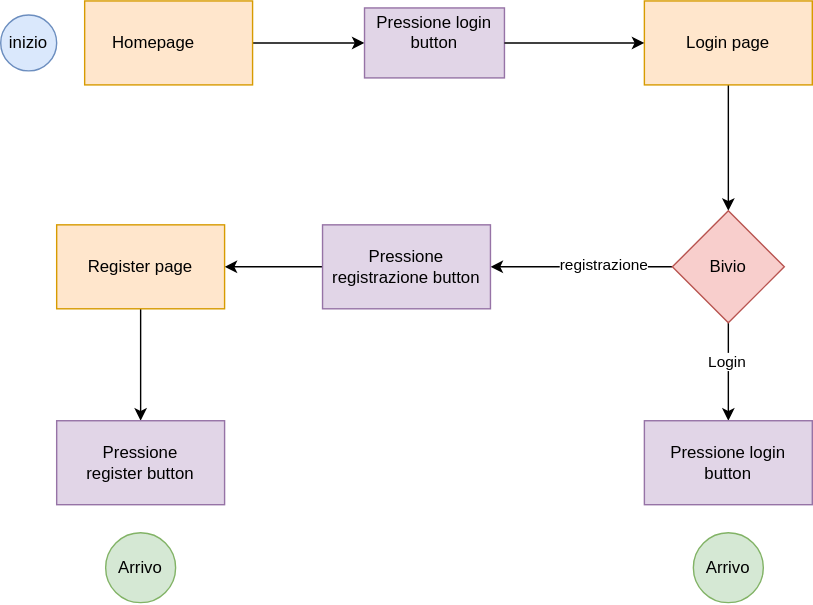
Above: D3/images/A1-A2.drawio.svg in rtogni00/IS_Progetto (draw.io), before the change. Source tidied: cells renumbered, new cells last; positions are measured from the earlier drawing's top-left corner, leaving out a move shared by most shapes.
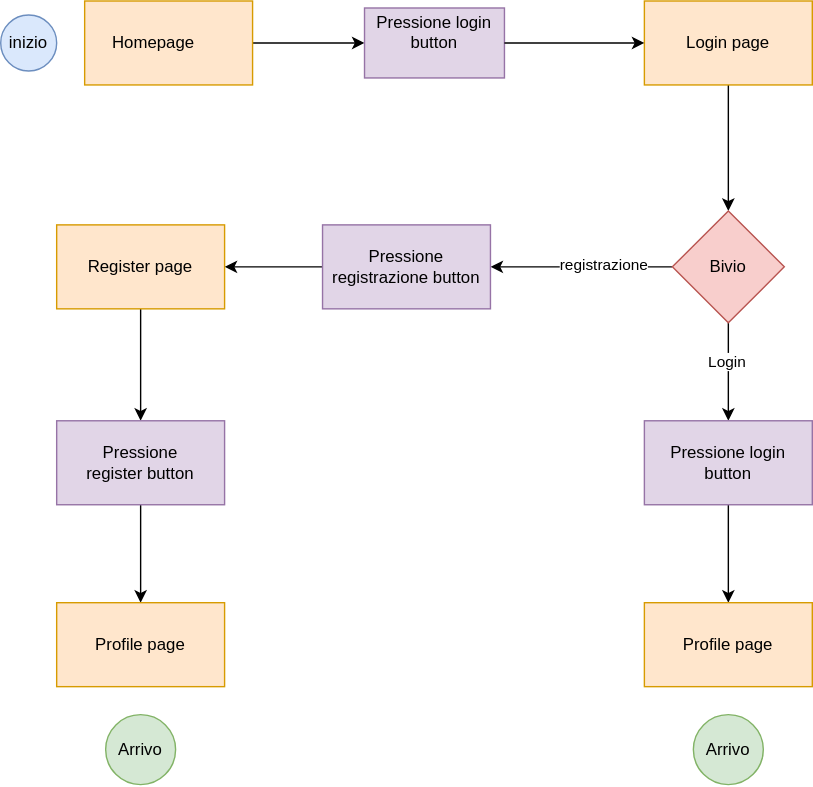
The same file after the commit.

Commit message:
D3 - Added profile page to A1-A2-A3 user flow

Diff of the diagram source:
```diff
@@ -38,11 +38,14 @@
     <mxCell id="13" value="&lt;div&gt;Bivio&lt;/div&gt;" style="rhombus;whiteSpace=wrap;html=1;fillColor=#f8cecc;strokeColor=#b85450;" parent="1" vertex="1">
       <mxGeometry x="480" y="150" width="80" height="80" as="geometry" />
     </mxCell>
+    <mxCell id="22" style="edgeStyle=orthogonalEdgeStyle;rounded=0;jettySize=auto;html=1;entryX=0.5;entryY=0;entryDx=0;entryDy=0;" parent="1" edge="1" source="14" target="25">
+      <mxGeometry relative="1" as="geometry" />
+    </mxCell>
     <mxCell id="14" value="Pressione login button" style="rounded=0;whiteSpace=wrap;html=1;fillColor=#e1d5e7;strokeColor=#9673a6;" parent="1" vertex="1">
       <mxGeometry x="460" y="300" width="120" height="60" as="geometry" />
     </mxCell>
     <mxCell id="15" value="Arrivo" style="ellipse;whiteSpace=wrap;html=1;fillColor=#d5e8d4;strokeColor=#82b366;" parent="1" vertex="1">
-      <mxGeometry x="495" y="380" width="50" height="50" as="geometry" />
+      <mxGeometry x="495" y="510" width="50" height="50" as="geometry" />
     </mxCell>
     <mxCell id="16" style="edgeStyle=orthogonalEdgeStyle;rounded=0;jettySize=auto;html=1;entryX=1;entryY=0.5;entryDx=0;entryDy=0;" parent="1" edge="1" source="17" target="19">
       <mxGeometry relative="1" as="geometry" />
@@ -56,11 +59,20 @@
     <mxCell id="19" value="Register page" style="rounded=0;whiteSpace=wrap;html=1;fillColor=#ffe6cc;strokeColor=#d79b00;" parent="1" vertex="1">
       <mxGeometry x="40" y="160" width="120" height="60" as="geometry" />
     </mxCell>
+    <mxCell id="23" style="edgeStyle=orthogonalEdgeStyle;rounded=0;jettySize=auto;html=1;entryX=0.5;entryY=0;entryDx=0;entryDy=0;" parent="1" edge="1" source="20" target="24">
+      <mxGeometry relative="1" as="geometry" />
+    </mxCell>
     <mxCell id="20" value="Pressione &lt;br&gt;&lt;div&gt;register button&lt;br&gt;&lt;/div&gt;" style="rounded=0;whiteSpace=wrap;html=1;fillColor=#e1d5e7;strokeColor=#9673a6;" parent="1" vertex="1">
       <mxGeometry x="40" y="300" width="120" height="60" as="geometry" />
     </mxCell>
     <mxCell id="21" value="Arrivo" style="ellipse;whiteSpace=wrap;html=1;fillColor=#d5e8d4;strokeColor=#82b366;" parent="1" vertex="1">
-      <mxGeometry x="75" y="380" width="50" height="50" as="geometry" />
+      <mxGeometry x="75" y="510" width="50" height="50" as="geometry" />
     </mxCell>
+    <mxCell id="24" value="Profile page" style="rounded=0;whiteSpace=wrap;html=1;fillColor=#ffe6cc;strokeColor=#d79b00;" parent="1" vertex="1">
+      <mxGeometry x="40" y="430" width="120" height="60" as="geometry" />
+    </mxCell>
+    <mxCell id="25" value="Profile page" style="rounded=0;whiteSpace=wrap;html=1;fillColor=#ffe6cc;strokeColor=#d79b00;" parent="1" vertex="1">
+      <mxGeometry x="460" y="430" width="120" height="60" as="geometry" />
+    </mxCell>
   </root>
 </mxGraphModel>
```
